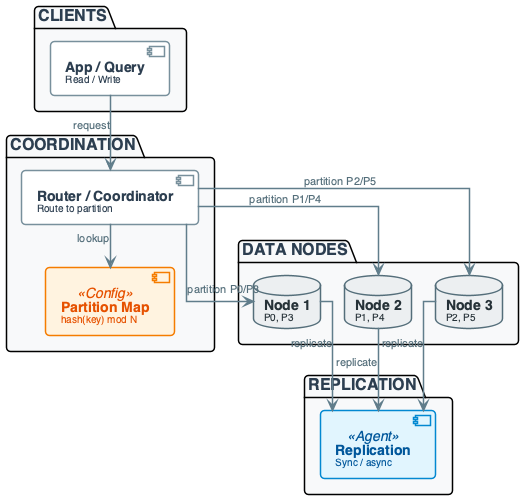
The PlantUML diagram diagrams/week02/week2_lecture_slide14_system_overview.png in OrPerets/data-engineering-course, before a commit.
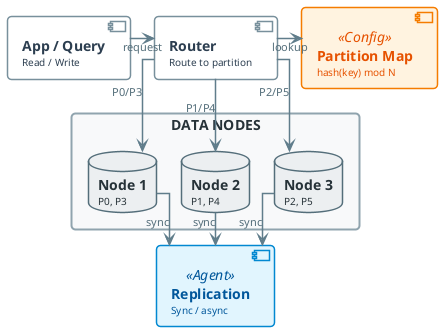
Above is the later version.

The edit, as a diff of the source:
```diff
@@ -118,32 +118,30 @@
 }
 
 
-package "CLIENTS" #F8F9FA {
+
+together {
     component "**App / Query**\n<size:10>Read / Write</size>" as CLIENT
-}
-
-package "COORDINATION" #F8F9FA {
-    component "**Router / Coordinator**\n<size:10>Route to partition</size>" as ROUTER
+    component "**Router**\n<size:10>Route to partition</size>" as ROUTER
     component "**Partition Map**\n<size:10>hash(key) mod N</size>" as PMAP <<Config>>
 }
 
-package "DATA NODES" #F8F9FA {
+rectangle "DATA NODES" #F8F9FA {
     database "**Node 1**\n<size:10>P0, P3</size>" as N1
     database "**Node 2**\n<size:10>P1, P4</size>" as N2
     database "**Node 3**\n<size:10>P2, P5</size>" as N3
+    N1 -[hidden]right- N2
+    N2 -[hidden]right- N3
 }
 
-package "REPLICATION" #F8F9FA {
-    component "**Replication**\n<size:10>Sync / async</size>" as REPL <<Agent>>
-}
+component "**Replication**\n<size:10>Sync / async</size>" as REPL <<Agent>>
 
-CLIENT --> ROUTER : "request"
-ROUTER --> PMAP : "lookup"
-ROUTER --> N1 : "partition P0/P3"
-ROUTER --> N2 : "partition P1/P4"
-ROUTER --> N3 : "partition P2/P5"
-N1 --> REPL : "replicate"
-N2 --> REPL : "replicate"
-N3 --> REPL : "replicate"
+CLIENT -right-> ROUTER : "request"
+ROUTER -right-> PMAP : "lookup"
+ROUTER -down-> N1 : "P0/P3"
+ROUTER -down-> N2 : "P1/P4"
+ROUTER -down-> N3 : "P2/P5"
+N1 -down-> REPL : "sync"
+N2 -down-> REPL : "sync"
+N3 -down-> REPL : "sync"
 
 @enduml
```
